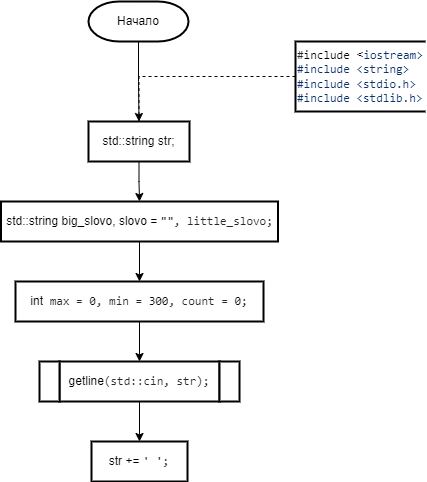
Earlier version of the draw.io export 2 Семестр/Labs/6 Лаба/6 Лаба.png (IlyaFedoseev227/LABS-PNRPU-IVT-22-1b). Source tidied: cells renumbered, new cells last; positions are measured from the earlier drawing's top-left corner, leaving out a move shared by most shapes.
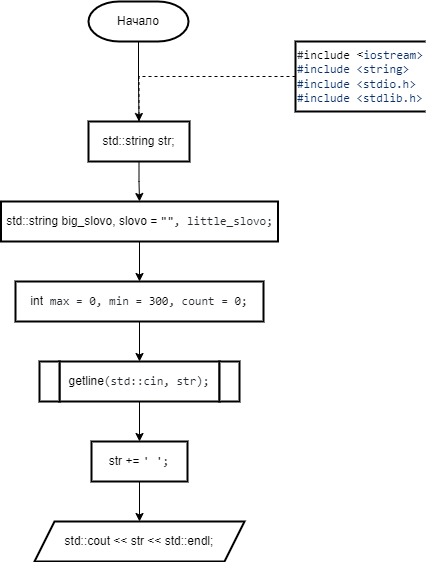
The same diagram one commit later.

What changed in the source:
```diff
@@ -48,8 +48,14 @@
     <mxCell id="15" value="&lt;div style=&quot;text-align: start;&quot;&gt;&lt;br&gt;&lt;/div&gt;" style="shape=parallelogram;perimeter=parallelogramPerimeter;whiteSpace=wrap;html=1;fixedSize=1;strokeWidth=2;size=-6;" parent="1" vertex="1">
       <mxGeometry x="38" y="360" width="20" height="40" as="geometry" />
     </mxCell>
+    <mxCell id="17" style="edgeStyle=orthogonalEdgeStyle;rounded=0;jettySize=auto;html=1;exitX=0.5;exitY=1;exitDx=0;exitDy=0;entryX=0.5;entryY=0;entryDx=0;entryDy=0;strokeWidth=1;endArrow=classic;endFill=1;" parent="1" edge="1" source="16" target="18">
+      <mxGeometry relative="1" as="geometry" />
+    </mxCell>
     <mxCell id="16" value="&lt;div style=&quot;text-align: start;&quot;&gt;str += &lt;span style=&quot;box-sizing: border-box; color: var(--color-prettylights-syntax-string); font-family: ui-monospace, SFMono-Regular, &amp;quot;SF Mono&amp;quot;, Menlo, Consolas, &amp;quot;Liberation Mono&amp;quot;, monospace; background-color: rgb(255, 255, 255);&quot; class=&quot;pl-s&quot;&gt;&lt;span style=&quot;box-sizing: border-box; color: var(--color-prettylights-syntax-string);&quot; class=&quot;pl-pds&quot;&gt;'&lt;/span&gt; &lt;span style=&quot;box-sizing: border-box; color: var(--color-prettylights-syntax-string);&quot; class=&quot;pl-pds&quot;&gt;'&lt;/span&gt;&lt;/span&gt;&lt;span style=&quot;color: rgb(36, 41, 47); font-family: ui-monospace, SFMono-Regular, &amp;quot;SF Mono&amp;quot;, Menlo, Consolas, &amp;quot;Liberation Mono&amp;quot;, monospace; background-color: rgb(255, 255, 255);&quot;&gt;;&lt;/span&gt;&lt;br&gt;&lt;/div&gt;" style="shape=parallelogram;perimeter=parallelogramPerimeter;whiteSpace=wrap;html=1;fixedSize=1;strokeWidth=2;size=-6;" parent="1" vertex="1">
       <mxGeometry x="90" y="440" width="96" height="40" as="geometry" />
     </mxCell>
+    <mxCell id="18" value="&lt;div style=&quot;text-align: start;&quot;&gt;std::cout &amp;lt;&amp;lt; str &amp;lt;&amp;lt; std::endl;&lt;br&gt;&lt;/div&gt;" style="shape=parallelogram;perimeter=parallelogramPerimeter;whiteSpace=wrap;html=1;fixedSize=1;strokeWidth=2;size=20;" parent="1" vertex="1">
+      <mxGeometry x="33" y="520" width="210" height="40" as="geometry" />
+    </mxCell>
   </root>
 </mxGraphModel>
```
